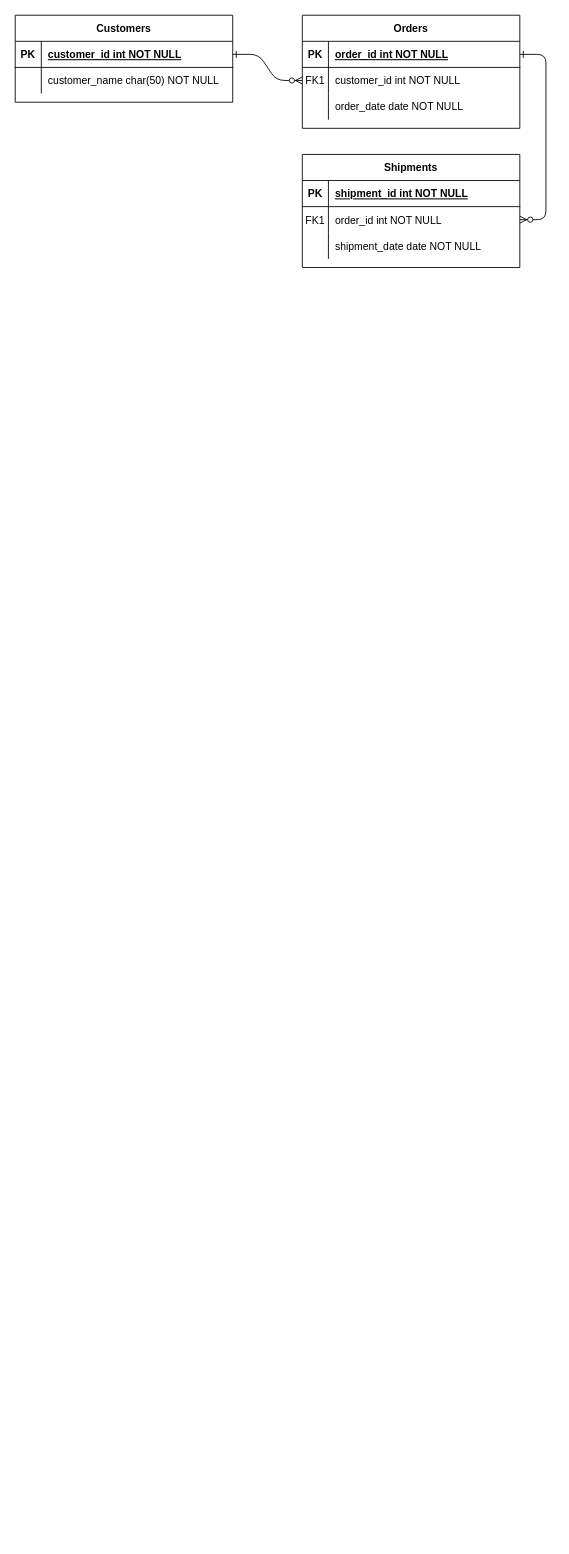
Before: 未命名绘图.drawio in FengTianShi/Picture, a draw.io diagram. Source tidied: cells renumbered, new cells numbered last; positions are measured from the earlier drawing's top-left corner, leaving out a move shared by most shapes. Both pictures are drawn from the tidied source at 87%, with x=0, y=0 at pixel (15, 15).
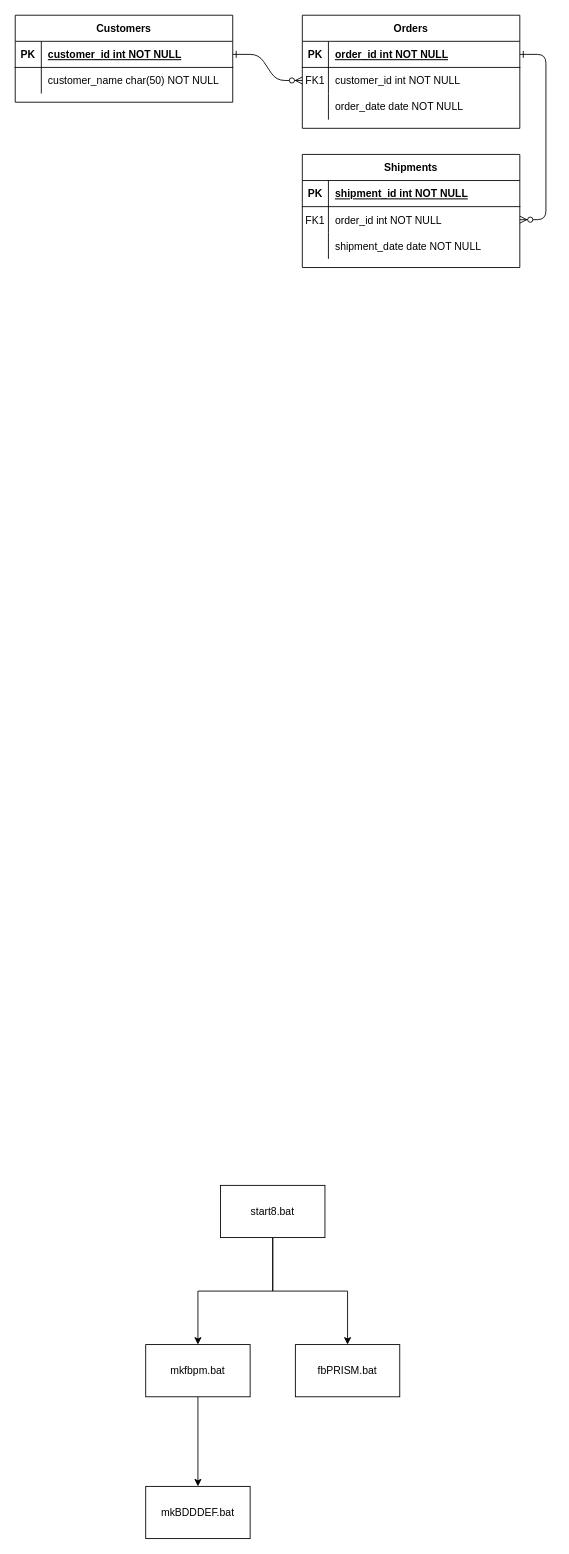
The same page after the edit.

The edit, as a diff of the source:
```diff
@@
+    <mxCell id="31" style="edgeStyle=orthogonalEdgeStyle;rounded=0;jettySize=auto;html=1;" parent="1" edge="1" source="33" target="36">
+      <mxGeometry relative="1" as="geometry" />
+    </mxCell>
+    <mxCell id="32" style="edgeStyle=orthogonalEdgeStyle;rounded=0;jettySize=auto;html=1;" parent="1" edge="1" source="33" target="35">
+      <mxGeometry relative="1" as="geometry" />
+    </mxCell>
+    <mxCell id="33" value="start8.bat" style="rounded=0;whiteSpace=wrap;html=1;" parent="1" vertex="1">
+      <mxGeometry x="236" y="1345" width="120" height="60" as="geometry" />
+    </mxCell>
+    <mxCell id="34" style="edgeStyle=orthogonalEdgeStyle;rounded=0;jettySize=auto;html=1;" parent="1" edge="1" source="35" target="37">
+      <mxGeometry relative="1" as="geometry" />
+    </mxCell>
+    <mxCell id="35" value="mkfbpm.bat" style="rounded=0;whiteSpace=wrap;html=1;" parent="1" vertex="1">
+      <mxGeometry x="150" y="1528" width="120" height="60" as="geometry" />
+    </mxCell>
+    <mxCell id="36" value="fbPRISM.bat" style="rounded=0;whiteSpace=wrap;html=1;" parent="1" vertex="1">
+      <mxGeometry x="322" y="1528" width="120" height="60" as="geometry" />
+    </mxCell>
+    <mxCell id="37" value="mkBDDDEF.bat" style="rounded=0;whiteSpace=wrap;html=1;" parent="1" vertex="1">
+      <mxGeometry x="150" y="1691" width="120" height="60" as="geometry" />
+    </mxCell>
```
